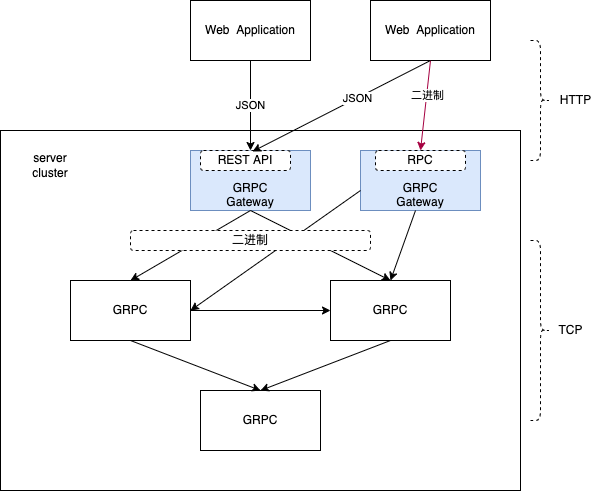
Above: assets/HTTP_GRPC_Model.drawio.png in thatshinji/micro-gogrpc-gateway (draw.io), before the change. Source tidied: cells renumbered, new cells last; positions are measured from the earlier drawing's top-left corner, leaving out a move shared by most shapes.
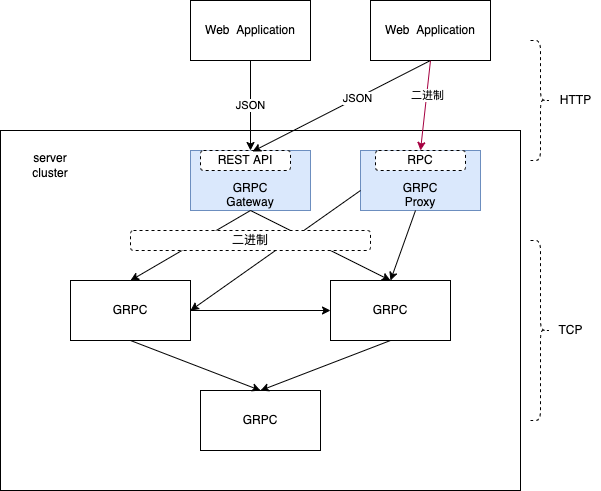
Later version of the same file.

The edit, as a diff of the source:
```diff
@@ -69,7 +69,7 @@
     <mxCell id="20" value="Web&amp;nbsp; Application" style="rounded=0;whiteSpace=wrap;html=1;" parent="1" vertex="1">
       <mxGeometry x="370" width="120" height="60" as="geometry" />
     </mxCell>
-    <mxCell id="21" value="&lt;br&gt;&lt;br&gt;GRPC&lt;br&gt;Gateway" style="rounded=0;whiteSpace=wrap;html=1;fillColor=#dae8fc;strokeColor=#6c8ebf;" parent="1" vertex="1">
+    <mxCell id="21" value="&lt;br&gt;&lt;br&gt;GRPC&lt;br&gt;Proxy" style="rounded=0;whiteSpace=wrap;html=1;fillColor=#dae8fc;strokeColor=#6c8ebf;" parent="1" vertex="1">
       <mxGeometry x="360" y="150" width="120" height="60" as="geometry" />
     </mxCell>
     <mxCell id="22" value="RPC" style="rounded=1;whiteSpace=wrap;html=1;dashed=1;" parent="1" vertex="1">
```
